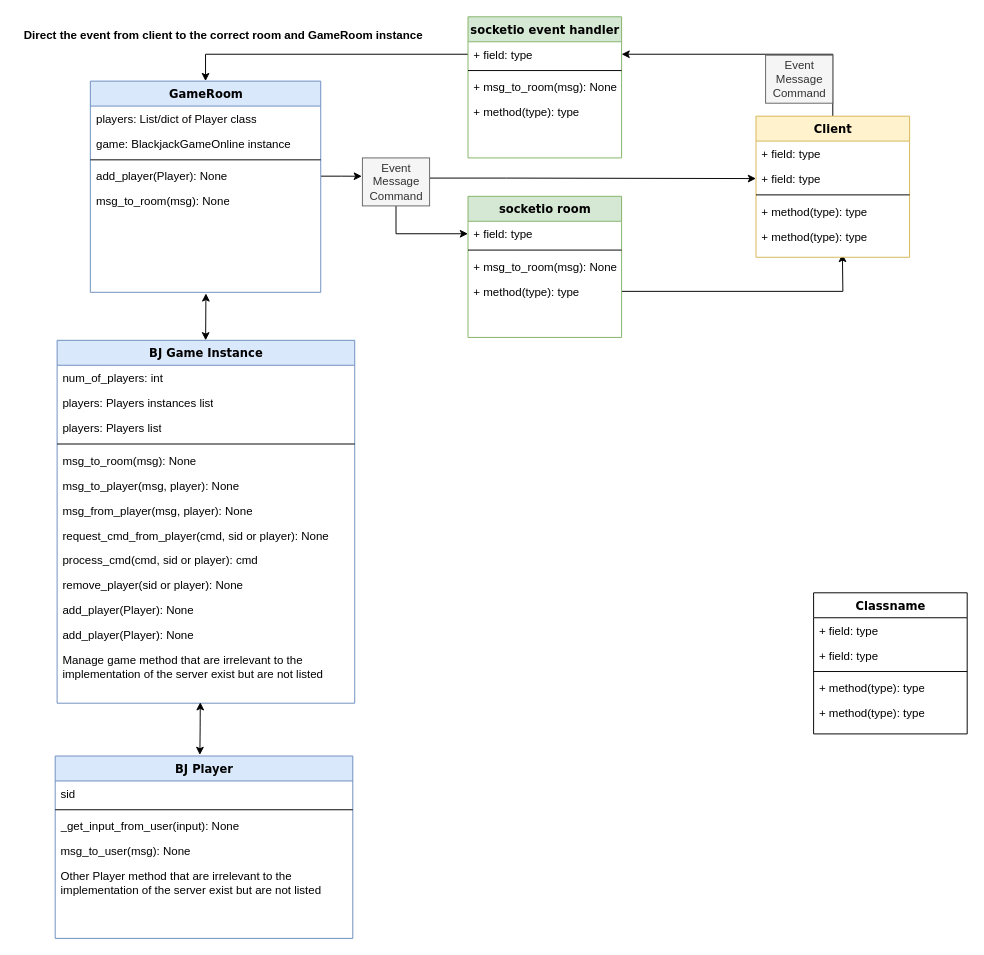
This is Untitled Diagram.drawio from yuv-c/Blackjack-game, a draw.io file, before an edit. Source tidied: cells renumbered, new cells numbered last; positions are measured from the earlier drawing's top-left corner, leaving out a move shared by most shapes. Both pictures are drawn from the tidied source at 96%, with x=0, y=0 at pixel (16, 16).
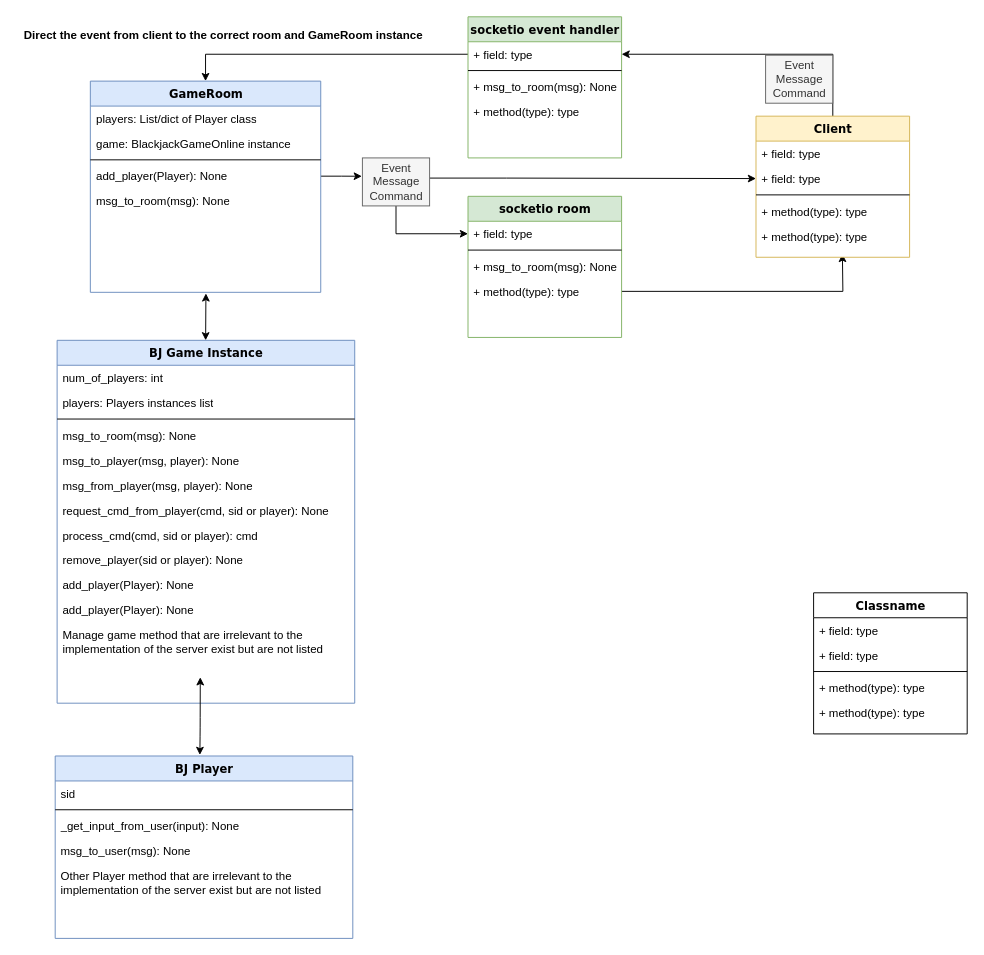
The same diagram, later.

The change refers to these unchanged cells:
```xml
<mxCell id="39" value="BJ Game Instance" style="swimlane;html=1;fontStyle=1;align=center;verticalAlign=top;horizontal=1;startSize=26;swimlaneFillColor=#ffffff;rounded=0;shadow=0;comic=0;labelBackgroundColor=none;strokeWidth=1;fillColor=#dae8fc;fontFamily=Verdana;fontSize=12;strokeColor=#6c8ebf;" parent="1" vertex="1">
  <mxGeometry x="42" y="337" width="310" height="378" as="geometry" />
</mxCell>
```

The edit, as a diff of the source:
```diff
@@
-    <mxCell id="42" value="players: Players list" style="text;html=1;strokeColor=none;fillColor=none;align=left;verticalAlign=top;spacingLeft=4;spacingRight=4;whiteSpace=wrap;overflow=hidden;" parent="39" vertex="1">
-      <mxGeometry y="78" width="310" height="26" as="geometry" />
-    </mxCell>
     <mxCell id="43" style="line;html=1;strokeWidth=1;fillColor=none;align=left;verticalAlign=middle;spacingTop=-1;spacingLeft=3;spacingRight=3;labelPosition=right;" parent="39" vertex="1">
-      <mxGeometry y="104" width="310" height="8" as="geometry" />
+      <mxGeometry y="78" width="310" height="8" as="geometry" />
     </mxCell>
     <mxCell id="44" value="msg_to_room(msg): None" style="text;html=1;strokeColor=none;fillColor=none;align=left;verticalAlign=top;spacingLeft=4;spacingRight=4;whiteSpace=wrap;overflow=hidden;" parent="39" vertex="1">
-      <mxGeometry y="112" width="310" height="26" as="geometry" />
+      <mxGeometry y="86" width="310" height="26" as="geometry" />
     </mxCell>
     <mxCell id="45" value="msg_to_player(msg, player): None" style="text;html=1;strokeColor=none;fillColor=none;align=left;verticalAlign=top;spacingLeft=4;spacingRight=4;whiteSpace=wrap;overflow=hidden;" parent="39" vertex="1">
-      <mxGeometry y="138" width="310" height="26" as="geometry" />
+      <mxGeometry y="112" width="310" height="26" as="geometry" />
     </mxCell>
     <mxCell id="46" value="msg_from_player(msg, player): None" style="text;html=1;strokeColor=none;fillColor=none;align=left;verticalAlign=top;spacingLeft=4;spacingRight=4;whiteSpace=wrap;overflow=hidden;" parent="39" vertex="1">
-      <mxGeometry y="164" width="310" height="26" as="geometry" />
+      <mxGeometry y="138" width="310" height="26" as="geometry" />
     </mxCell>
     <mxCell id="47" value="request_cmd_from_player(cmd, sid or player): None&amp;nbsp;" style="text;html=1;strokeColor=none;fillColor=none;align=left;verticalAlign=top;spacingLeft=4;spacingRight=4;whiteSpace=wrap;overflow=hidden;" parent="39" vertex="1">
-      <mxGeometry y="190" width="310" height="26" as="geometry" />
+      <mxGeometry y="164" width="310" height="26" as="geometry" />
     </mxCell>
     <mxCell id="48" value="process_cmd(cmd, sid or player): cmd&amp;nbsp;" style="text;html=1;strokeColor=none;fillColor=none;align=left;verticalAlign=top;spacingLeft=4;spacingRight=4;whiteSpace=wrap;overflow=hidden;" parent="39" vertex="1">
-      <mxGeometry y="216" width="310" height="26" as="geometry" />
+      <mxGeometry y="190" width="310" height="26" as="geometry" />
     </mxCell>
     <mxCell id="49" value="remove_player(sid or player): None" style="text;html=1;strokeColor=none;fillColor=none;align=left;verticalAlign=top;spacingLeft=4;spacingRight=4;whiteSpace=wrap;overflow=hidden;" parent="39" vertex="1">
-      <mxGeometry y="242" width="310" height="26" as="geometry" />
+      <mxGeometry y="216" width="310" height="26" as="geometry" />
     </mxCell>
     <mxCell id="50" value="add_player(Player): None" style="text;html=1;strokeColor=none;fillColor=none;align=left;verticalAlign=top;spacingLeft=4;spacingRight=4;whiteSpace=wrap;overflow=hidden;" parent="39" vertex="1">
-      <mxGeometry y="268" width="310" height="26" as="geometry" />
+      <mxGeometry y="242" width="310" height="26" as="geometry" />
     </mxCell>
     <mxCell id="51" value="add_player(Player): None" style="text;html=1;strokeColor=none;fillColor=none;align=left;verticalAlign=top;spacingLeft=4;spacingRight=4;whiteSpace=wrap;overflow=hidden;" parent="39" vertex="1">
-      <mxGeometry y="294" width="310" height="26" as="geometry" />
+      <mxGeometry y="268" width="310" height="26" as="geometry" />
     </mxCell>
     <mxCell id="52" value="Manage game method that are irrelevant to the implementation of the server exist but are not listed" style="text;html=1;strokeColor=none;fillColor=none;align=left;verticalAlign=top;spacingLeft=4;spacingRight=4;whiteSpace=wrap;overflow=hidden;points=[[0,0.5],[1,0.5]];portConstraint=eastwest;" parent="39" vertex="1">
-      <mxGeometry y="320" width="310" height="58" as="geometry" />
+      <mxGeometry y="294" width="310" height="58" as="geometry" />
     </mxCell>
```
